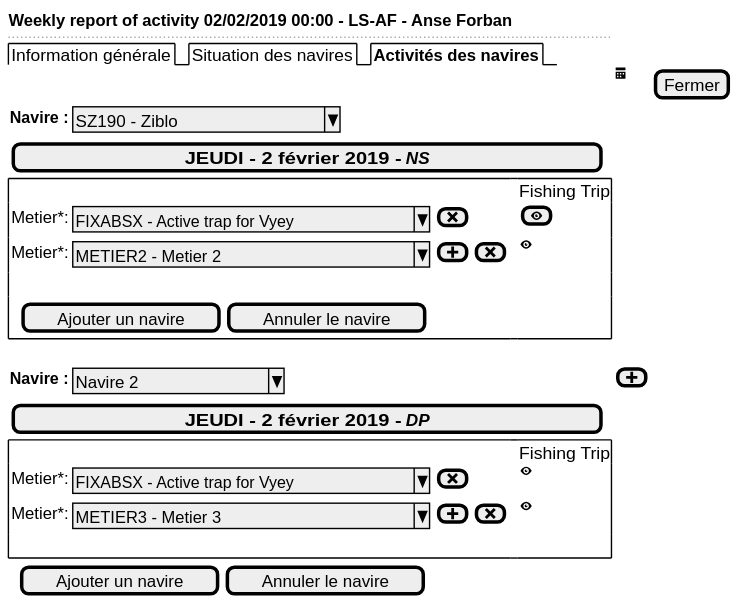
Before: use-case/collect/trip/weekly-ui-activity-tablet-day.svg, a diagram exported from PlantUML (sumaris-net/sumaris-doc). Its source is kept beside it as use-case/collect/trip/weekly-ui-activity-tablet-day.puml.
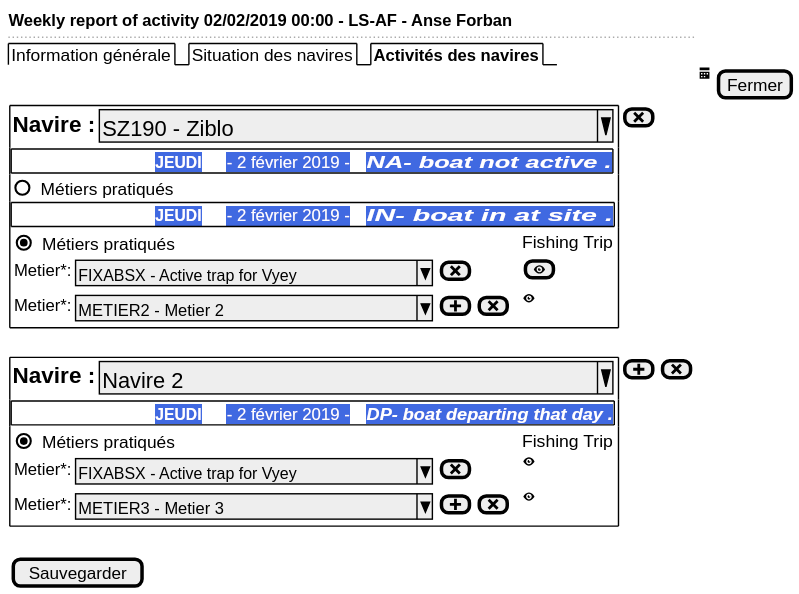
The same file after the commit.

Commit message:
updating collect.md and updating weekly situation and weekly activity screens

The edit, as a diff of the source:
```diff
@@ -4,35 +4,31 @@
   ..
   {/ Information générale | Situation des navires | <b>Activités des navires }
   .| <&calendar> | [Fermer]
-    {<b>Navire :            | { ^SZ190 - Ziblo         ^ }}
-      {
-        [<b>JEUDI - 2 février 2019          - <i>NS          ]
-      }
+  {{+
+    { <size:16><b>Navire :            | { ^<size:16>SZ190 - Ziblo                      ^ }}
+    {+<back:RoyalBlue>                                  <color:white><b>JEUDI</b>      - 2 février 2019 -    <b><i>NA- boat not active                     .}
+    {() Métiers pratiqués }
+    {+<back:RoyalBlue>                                  <color:white><b>JEUDI</b>      - 2 février 2019 -    <b><i>IN- boat in at site                          .}
+    {
+    {(X) Métiers pratiqués } .|Fishing Trip
 
-    {+
-        .|.|Fishing Trip
         {Metier*:        | { ^FIXABSX - Active trap for Vyey^ } | [<&x>]} |.| [<&eye>]
 
         {Metier*:        | { ^METIER2 - Metier 2            ^ }  | [<&plus>]| [<&x>]} |.| <&eye>
+    }
+  } [<&x>]}
+  .
+  {{+
 
-        .
-        {. |  {[Ajouter un navire] | [Annuler le navire]}}
-  }
-  .
-  {<b>Navire :            | { ^Navire 2         ^ }}| [<&plus>]
-    {
-        [<b>JEUDI - 2 février 2019          - <i>DP          ]
-    }
-    {+
-        .|.|Fishing Trip
+  { <size:16><b>Navire :            | { ^<size:16>Navire 2                           ^ }}
+    {+<back:RoyalBlue>                                  <color:white><b>JEUDI</b>      - 2 février 2019 -    <b><i>DP- boat departing that day      .}
+  {
+    {(X) Métiers pratiqués } .|Fishing Trip
         {Metier*:        | { ^FIXABSX - Active trap for Vyey^ } | [<&x>]} |.| <&eye>
 
         {Metier*:        | { ^METIER3 - Metier 3            ^ }  | [<&plus>]| [<&x>]} |.| <&eye>
-        .
-    }
-    {. |  {[Ajouter un navire] | [Annuler le navire]}}
   }
-  }
+  } [<&plus>] | [<&x>]}
   .
   {[Sauvegarder]}
 }
```
